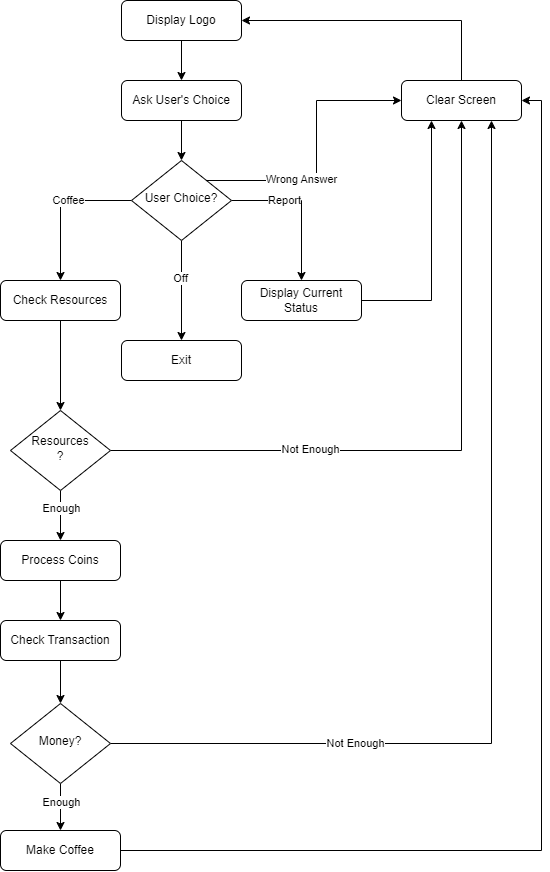
ErkanHatipoglu/100-days-of-code keeps this draw.io diagram as day_15_coffee_machine/project_files/flowchart_coffee_machine.png. Above is the earlier version. Source tidied: cells renumbered, new cells last; positions are measured from the earlier drawing's top-left corner, leaving out a move shared by most shapes.
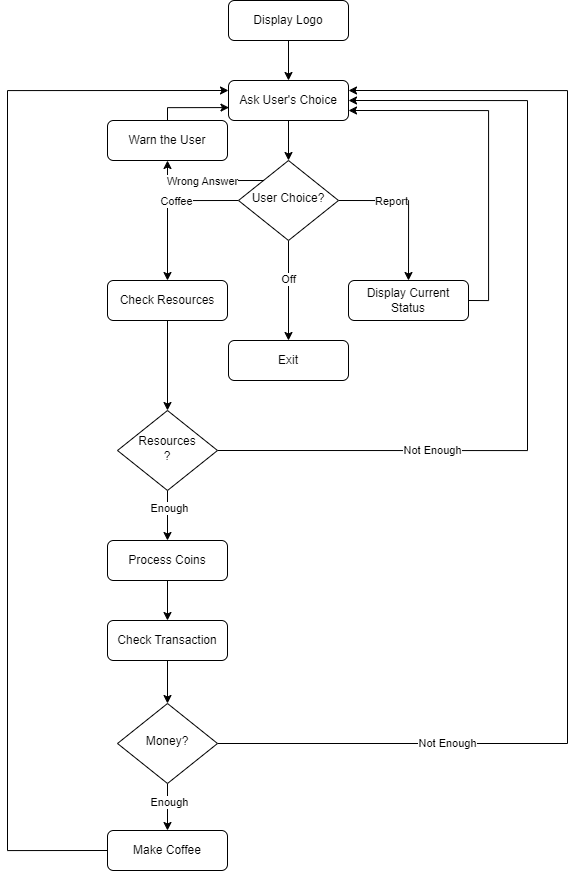
After the change.

Commit message:
Insert flowchart.png day_15

Diff of the diagram source:
```diff
@@ -32,11 +32,11 @@
     <mxCell id="11" value="Coffee" style="edgeLabel;html=1;align=center;verticalAlign=middle;" parent="10" vertex="1">
       <mxGeometry x="-0.16" relative="1" as="geometry" />
     </mxCell>
-    <mxCell id="12" style="edgeStyle=orthogonalEdgeStyle;rounded=0;jettySize=auto;html=1;exitX=1;exitY=0;exitDx=0;exitDy=0;entryX=0;entryY=0.5;entryDx=0;entryDy=0;" parent="1" edge="1" source="14" target="21">
-      <mxGeometry relative="1" as="geometry" />
-    </mxCell>
+    <mxCell id="38" style="edgeStyle=orthogonalEdgeStyle;rounded=0;jettySize=auto;html=1;exitX=0;exitY=0;exitDx=0;exitDy=0;entryX=0.5;entryY=1;entryDx=0;entryDy=0;" parent="1" edge="1" source="14" target="45">
+      <mxGeometry relative="1" as="geometry" />
+    </mxCell>
-    <mxCell id="13" value="Wrong Answer" style="edgeLabel;html=1;align=center;verticalAlign=middle;" parent="12" vertex="1">
-      <mxGeometry x="-0.32" y="1" relative="1" as="geometry" />
+    <mxCell id="13" value="Wrong Answer" style="edgeLabel;html=1;align=center;verticalAlign=middle;" parent="38" vertex="1">
+      <mxGeometry x="0.07" relative="1" as="geometry" />
     </mxCell>
     <mxCell id="14" value="User Choice?" style="rhombus;whiteSpace=wrap;html=1;shadow=0;fontFamily=Helvetica;fontSize=12;align=center;strokeWidth=1;spacing=6;spacingTop=-4;" parent="1" vertex="1">
       <mxGeometry x="131" y="160" width="100" height="80" as="geometry" />
@@ -47,33 +47,32 @@
     <mxCell id="16" value="Check Resources" style="rounded=1;whiteSpace=wrap;html=1;fontSize=12;glass=0;strokeWidth=1;shadow=0;" parent="1" vertex="1">
       <mxGeometry y="280" width="120" height="40" as="geometry" />
     </mxCell>
-    <mxCell id="17" style="edgeStyle=orthogonalEdgeStyle;rounded=0;jettySize=auto;html=1;exitX=1;exitY=0.5;exitDx=0;exitDy=0;entryX=0.25;entryY=1;entryDx=0;entryDy=0;" parent="1" edge="1" source="18" target="21">
-      <mxGeometry relative="1" as="geometry" />
-    </mxCell>
+    <mxCell id="39" style="edgeStyle=orthogonalEdgeStyle;rounded=0;jettySize=auto;html=1;exitX=1;exitY=0.5;exitDx=0;exitDy=0;entryX=1;entryY=0.75;entryDx=0;entryDy=0;" parent="1" edge="1" source="18" target="5">
+      <mxGeometry relative="1" as="geometry" />
+    </mxCell>
     <mxCell id="18" value="Display Current Status" style="rounded=1;whiteSpace=wrap;html=1;fontSize=12;glass=0;strokeWidth=1;shadow=0;" parent="1" vertex="1">
       <mxGeometry x="241" y="280" width="120" height="40" as="geometry" />
     </mxCell>
     <mxCell id="19" value="Exit" style="rounded=1;whiteSpace=wrap;html=1;fontSize=12;glass=0;strokeWidth=1;shadow=0;" parent="1" vertex="1">
       <mxGeometry x="121" y="340" width="120" height="40" as="geometry" />
     </mxCell>
-    <mxCell id="20" style="edgeStyle=orthogonalEdgeStyle;rounded=0;jettySize=auto;html=1;exitX=0.5;exitY=0;exitDx=0;exitDy=0;entryX=1;entryY=0.5;entryDx=0;entryDy=0;" parent="1" edge="1" source="21" target="3">
-      <mxGeometry relative="1" as="geometry" />
-    </mxCell>
-    <mxCell id="21" value="Clear Screen" style="rounded=1;whiteSpace=wrap;html=1;fontSize=12;glass=0;strokeWidth=1;shadow=0;" parent="1" vertex="1">
-      <mxGeometry x="401" y="80" width="120" height="40" as="geometry" />
-    </mxCell>
     <mxCell id="22" style="edgeStyle=orthogonalEdgeStyle;rounded=0;jettySize=auto;html=1;exitX=0.5;exitY=1;exitDx=0;exitDy=0;entryX=0.5;entryY=0;entryDx=0;entryDy=0;" parent="1" edge="1" source="26" target="28">
       <mxGeometry relative="1" as="geometry" />
     </mxCell>
     <mxCell id="23" value="Enough" style="edgeLabel;html=1;align=center;verticalAlign=middle;" parent="22" vertex="1">
       <mxGeometry x="-0.31" y="1" relative="1" as="geometry" />
     </mxCell>
-    <mxCell id="24" style="edgeStyle=orthogonalEdgeStyle;rounded=0;jettySize=auto;html=1;exitX=1;exitY=0.5;exitDx=0;exitDy=0;entryX=0.5;entryY=1;entryDx=0;entryDy=0;" parent="1" edge="1" source="26" target="21">
-      <mxGeometry relative="1" as="geometry" />
-    </mxCell>
-    <mxCell id="25" value="Not Enough" style="edgeLabel;html=1;align=center;verticalAlign=middle;" parent="24" vertex="1">
-      <mxGeometry x="-0.41" y="1" relative="1" as="geometry" />
-    </mxCell>
+    <mxCell id="40" style="edgeStyle=orthogonalEdgeStyle;rounded=0;jettySize=auto;html=1;exitX=1;exitY=0.5;exitDx=0;exitDy=0;entryX=1;entryY=0.5;entryDx=0;entryDy=0;" parent="1" edge="1" source="26" target="5">
+      <mxGeometry relative="1" as="geometry">
+        <Array as="points">
+          <mxPoint x="420" y="450" />
+          <mxPoint x="420" y="100" />
+        </Array>
+      </mxGeometry>
+    </mxCell>
+    <mxCell id="41" value="Not Enough" style="edgeLabel;html=1;align=center;verticalAlign=middle;" parent="40" vertex="1">
+      <mxGeometry x="-0.49" y="1" relative="1" as="geometry" />
+    </mxCell>
     <mxCell id="26" value="Resources&lt;br&gt;?" style="rhombus;whiteSpace=wrap;html=1;shadow=0;fontFamily=Helvetica;fontSize=12;align=center;strokeWidth=1;spacing=6;spacingTop=-4;" parent="1" vertex="1">
       <mxGeometry x="10" y="410" width="100" height="80" as="geometry" />
     </mxCell>
@@ -95,22 +94,40 @@
     <mxCell id="32" value="Enough" style="edgeLabel;html=1;align=center;verticalAlign=middle;" parent="31" vertex="1">
       <mxGeometry x="-0.21" y="1" relative="1" as="geometry" />
     </mxCell>
-    <mxCell id="33" style="edgeStyle=orthogonalEdgeStyle;rounded=0;jettySize=auto;html=1;exitX=1;exitY=0.5;exitDx=0;exitDy=0;entryX=0.75;entryY=1;entryDx=0;entryDy=0;" parent="1" edge="1" source="35" target="21">
-      <mxGeometry relative="1" as="geometry" />
-    </mxCell>
-    <mxCell id="34" value="Not Enough" style="edgeLabel;html=1;align=center;verticalAlign=middle;" parent="33" vertex="1">
-      <mxGeometry x="-0.51" relative="1" as="geometry">
-        <mxPoint x="-1" as="offset" />
-      </mxGeometry>
-    </mxCell>
+    <mxCell id="42" style="edgeStyle=orthogonalEdgeStyle;rounded=0;jettySize=auto;html=1;exitX=1;exitY=0.5;exitDx=0;exitDy=0;entryX=1;entryY=0.25;entryDx=0;entryDy=0;" parent="1" edge="1" source="35" target="5">
+      <mxGeometry relative="1" as="geometry">
+        <Array as="points">
+          <mxPoint x="460" y="743" />
+          <mxPoint x="460" y="90" />
+        </Array>
+      </mxGeometry>
+    </mxCell>
+    <mxCell id="43" value="Not Enough" style="edgeLabel;html=1;align=center;verticalAlign=middle;" parent="42" vertex="1">
+      <mxGeometry x="-0.63" y="1" relative="1" as="geometry" />
+    </mxCell>
     <mxCell id="35" value="Money?" style="rhombus;whiteSpace=wrap;html=1;shadow=0;fontFamily=Helvetica;fontSize=12;align=center;strokeWidth=1;spacing=6;spacingTop=-4;" parent="1" vertex="1">
       <mxGeometry x="10" y="703" width="100" height="80" as="geometry" />
     </mxCell>
-    <mxCell id="36" style="edgeStyle=orthogonalEdgeStyle;rounded=0;jettySize=auto;html=1;exitX=1;exitY=0.5;exitDx=0;exitDy=0;entryX=1;entryY=0.5;entryDx=0;entryDy=0;" parent="1" edge="1" source="37" target="21">
-      <mxGeometry relative="1" as="geometry" />
-    </mxCell>
+    <mxCell id="44" style="edgeStyle=orthogonalEdgeStyle;rounded=0;jettySize=auto;html=1;exitX=0;exitY=0.5;exitDx=0;exitDy=0;entryX=0;entryY=0.25;entryDx=0;entryDy=0;" parent="1" edge="1" source="37" target="5">
+      <mxGeometry relative="1" as="geometry">
+        <Array as="points">
+          <mxPoint x="-100" y="850" />
+          <mxPoint x="-100" y="90" />
+        </Array>
+      </mxGeometry>
+    </mxCell>
     <mxCell id="37" value="Make Coffee" style="rounded=1;whiteSpace=wrap;html=1;fontSize=12;glass=0;strokeWidth=1;shadow=0;" parent="1" vertex="1">
       <mxGeometry y="830" width="120" height="40" as="geometry" />
     </mxCell>
+    <mxCell id="45" value="Warn the User" style="rounded=1;whiteSpace=wrap;html=1;fontSize=12;glass=0;strokeWidth=1;shadow=0;" parent="1" vertex="1">
+      <mxGeometry y="120" width="120" height="40" as="geometry" />
+    </mxCell>
+    <mxCell id="46" style="edgeStyle=orthogonalEdgeStyle;rounded=0;jettySize=auto;html=1;exitX=0.5;exitY=0;exitDx=0;exitDy=0;entryX=0.004;entryY=0.677;entryDx=0;entryDy=0;entryPerimeter=0;" parent="1" edge="1" source="45" target="5">
+      <mxGeometry relative="1" as="geometry">
+        <Array as="points">
+          <mxPoint x="60" y="107" />
+        </Array>
+      </mxGeometry>
+    </mxCell>
   </root>
 </mxGraphModel>
```
